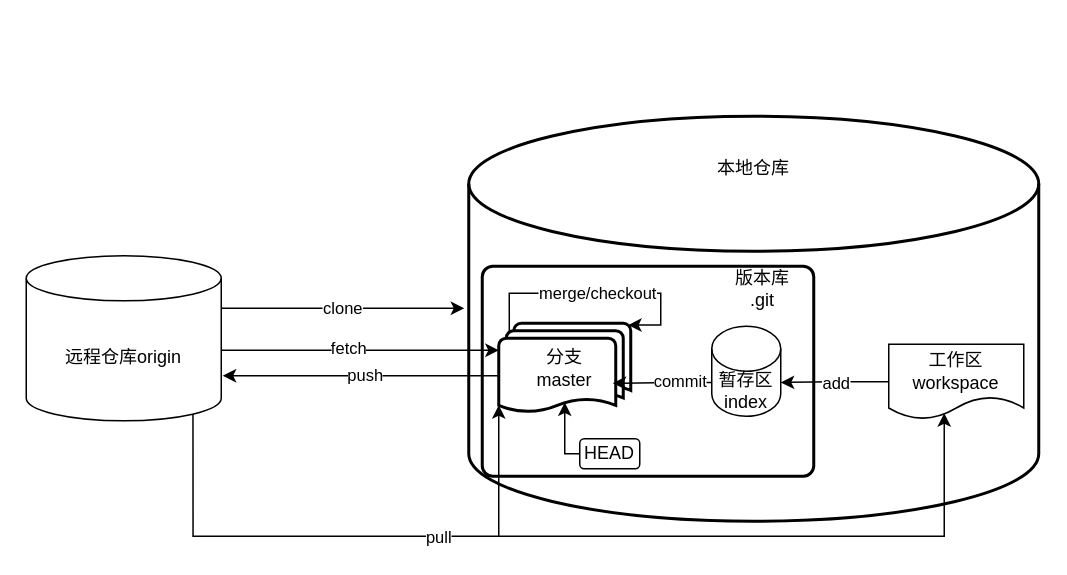
Earlier version of the draw.io diagram git/git仓库.drawio (tt-libr/draw.io). Source tidied: cells renumbered, new cells numbered last; positions are measured from the earlier drawing's top-left corner, leaving out a move shared by most shapes. Both pictures are drawn from the tidied source at 150%, with x=0, y=0 at pixel (26, 116).
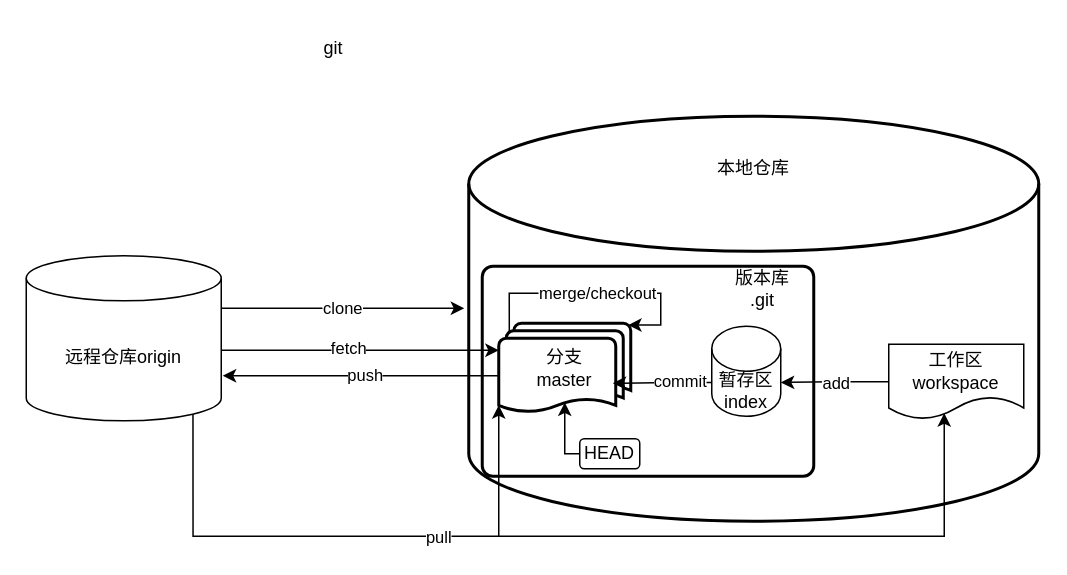
Above is the later version.

The edit, as a diff of the source:
```diff
@@
+    <mxCell id="24" value="git" style="text;strokeColor=none;align=center;fillColor=none;html=1;verticalAlign=middle;whiteSpace=wrap;rounded=0;" parent="1" vertex="1">
+      <mxGeometry x="175" y="-60" width="60" height="30" as="geometry" />
+    </mxCell>
```
